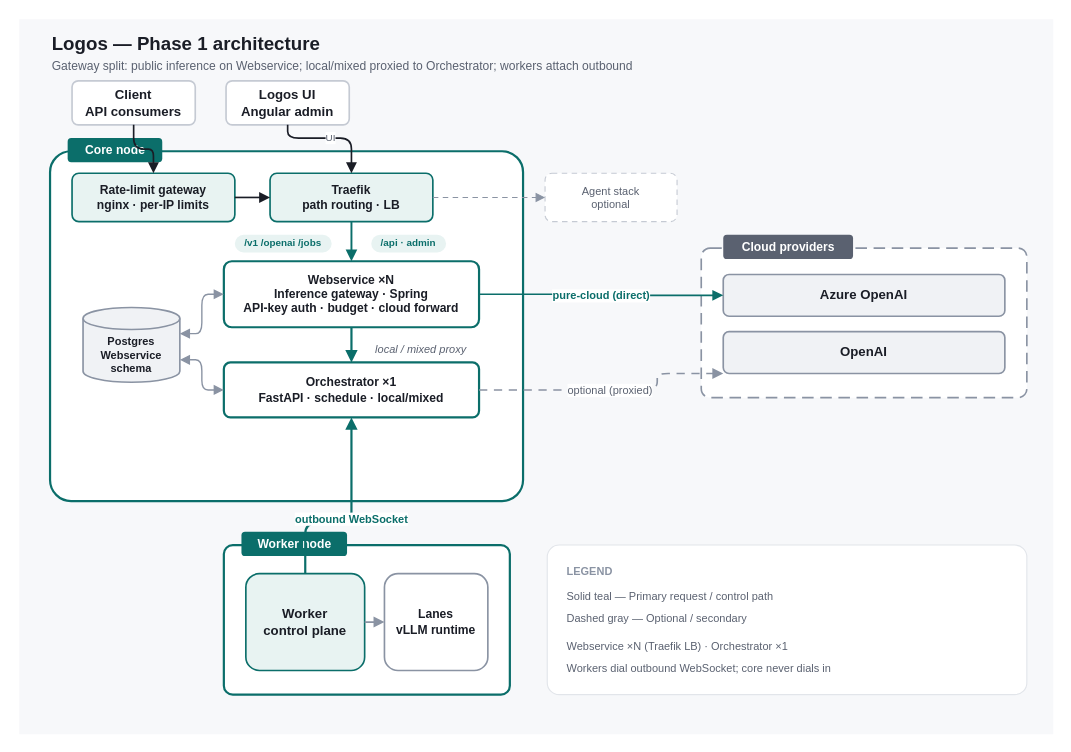
Earlier version of the draw.io diagram logos/docs/static/img/architecture.drawio (ls1intum/edutelligence). Source tidied: cells renumbered, new cells numbered last; positions are measured from the earlier drawing's top-left corner, leaving out a move shared by most shapes. Both pictures are drawn from the tidied source at 110%, with x=0, y=0 at pixel (19, 19).
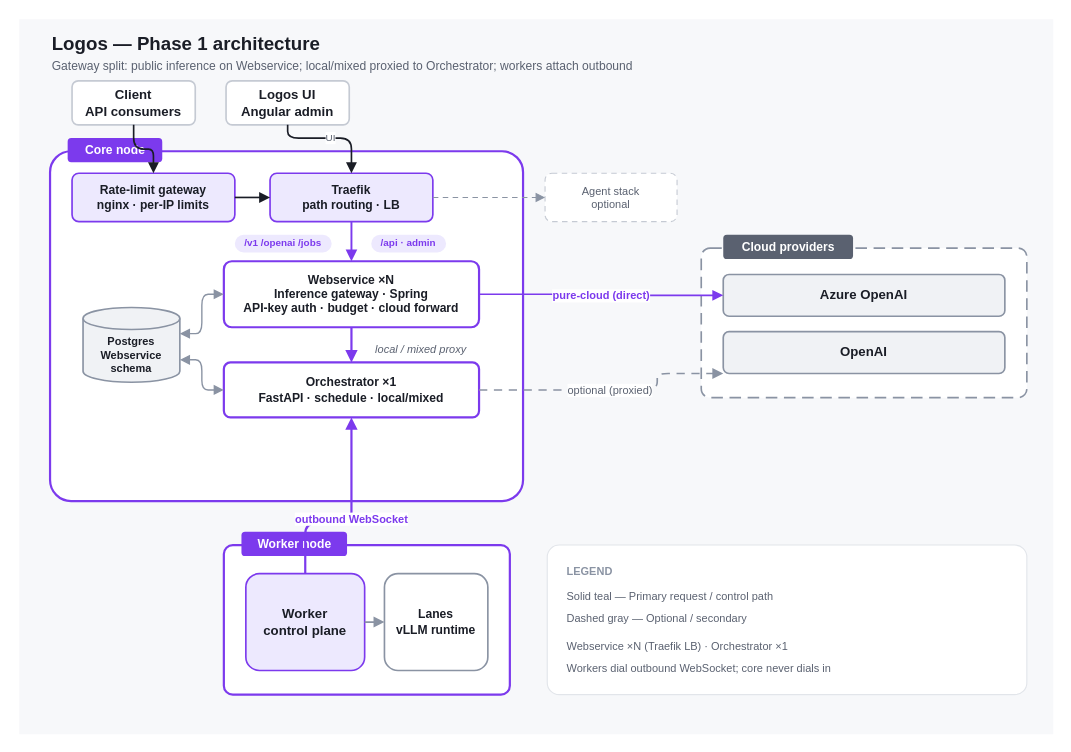
After the change.

The change refers to these unchanged cells:
```xml
<mxCell id="20" value="Azure OpenAI" style="rounded=1;whiteSpace=wrap;html=1;arcSize=14;fillColor=#F0F2F5;strokeColor=#8A93A3;strokeWidth=1.5;fontFamily=Helvetica;fontSize=12;fontStyle=1;fontColor=#1A1D26;verticalAlign=middle;" parent="1" vertex="1">
  <mxGeometry x="640" y="232" width="256" height="38" as="geometry" />
</mxCell>
```

The edit, as a diff of the source:
```diff
@@
-    <mxCell id="7" style="rounded=1;whiteSpace=wrap;html=1;arcSize=6;fillColor=#FFFFFF;strokeColor=#0B6E6A;strokeWidth=2;" parent="1" vertex="1">
+    <mxCell id="7" style="rounded=1;whiteSpace=wrap;html=1;arcSize=6;fillColor=#FFFFFF;strokeColor=#7C3AED;strokeWidth=2;" parent="1" vertex="1">
       <mxGeometry x="28" y="120" width="430" height="318" as="geometry" />
     </mxCell>
-    <mxCell id="8" value="Core node" style="text;html=1;strokeColor=none;fillColor=#0B6E6A;align=center;verticalAlign=middle;rounded=1;fontFamily=Helvetica;fontSize=11;fontStyle=1;fontColor=#FFFFFF;" parent="1" vertex="1">
+    <mxCell id="8" value="Core node" style="text;html=1;strokeColor=none;fillColor=#7C3AED;align=center;verticalAlign=middle;rounded=1;fontFamily=Helvetica;fontSize=11;fontStyle=1;fontColor=#FFFFFF;" parent="1" vertex="1">
       <mxGeometry x="44" y="108" width="86" height="22" as="geometry" />
     </mxCell>
-    <mxCell id="9" value="Rate-limit gateway&#10;nginx · per-IP limits" style="rounded=1;whiteSpace=wrap;html=1;arcSize=14;fillColor=#E8F3F2;strokeColor=#0B6E6A;strokeWidth=1.5;fontFamily=Helvetica;fontSize=11;fontStyle=1;fontColor=#1A1D26;verticalAlign=middle;" parent="1" vertex="1">
+    <mxCell id="9" value="Rate-limit gateway&#10;nginx · per-IP limits" style="rounded=1;whiteSpace=wrap;html=1;arcSize=14;fillColor=#EDE9FE;strokeColor=#7C3AED;strokeWidth=1.5;fontFamily=Helvetica;fontSize=11;fontStyle=1;fontColor=#1A1D26;verticalAlign=middle;" parent="1" vertex="1">
       <mxGeometry x="48" y="140" width="148" height="44" as="geometry" />
     </mxCell>
-    <mxCell id="10" value="Traefik&#10;path routing · LB" style="rounded=1;whiteSpace=wrap;html=1;arcSize=14;fillColor=#E8F3F2;strokeColor=#0B6E6A;strokeWidth=1.5;fontFamily=Helvetica;fontSize=11;fontStyle=1;fontColor=#1A1D26;verticalAlign=middle;" parent="1" vertex="1">
+    <mxCell id="10" value="Traefik&#10;path routing · LB" style="rounded=1;whiteSpace=wrap;html=1;arcSize=14;fillColor=#EDE9FE;strokeColor=#7C3AED;strokeWidth=1.5;fontFamily=Helvetica;fontSize=11;fontStyle=1;fontColor=#1A1D26;verticalAlign=middle;" parent="1" vertex="1">
       <mxGeometry x="228" y="140" width="148" height="44" as="geometry" />
     </mxCell>
@@
-    <mxCell id="12" value="/v1 /openai /jobs" style="rounded=1;whiteSpace=wrap;html=1;arcSize=50;fillColor=#E8F3F2;strokeColor=none;fontFamily=Helvetica;fontSize=9;fontStyle=1;fontColor=#0B6E6A;align=center;verticalAlign=middle;" parent="1" vertex="1">
+    <mxCell id="12" value="/v1 /openai /jobs" style="rounded=1;whiteSpace=wrap;html=1;arcSize=50;fillColor=#EDE9FE;strokeColor=none;fontFamily=Helvetica;fontSize=9;fontStyle=1;fontColor=#7C3AED;align=center;verticalAlign=middle;" parent="1" vertex="1">
       <mxGeometry x="196" y="196" width="88" height="16" as="geometry" />
     </mxCell>
-    <mxCell id="13" value="/api · admin" style="rounded=1;whiteSpace=wrap;html=1;arcSize=50;fillColor=#E8F3F2;strokeColor=none;fontFamily=Helvetica;fontSize=9;fontStyle=1;fontColor=#0B6E6A;align=center;verticalAlign=middle;" parent="1" vertex="1">
+    <mxCell id="13" value="/api · admin" style="rounded=1;whiteSpace=wrap;html=1;arcSize=50;fillColor=#EDE9FE;strokeColor=none;fontFamily=Helvetica;fontSize=9;fontStyle=1;fontColor=#7C3AED;align=center;verticalAlign=middle;" parent="1" vertex="1">
       <mxGeometry x="320" y="196" width="68" height="16" as="geometry" />
     </mxCell>
-    <mxCell id="14" value="Webservice ×N&#10;Inference gateway · Spring&#10;API-key auth · budget · cloud forward" style="rounded=1;whiteSpace=wrap;html=1;arcSize=12;fillColor=#FFFFFF;strokeColor=#0B6E6A;strokeWidth=2;fontFamily=Helvetica;fontSize=11;fontStyle=1;fontColor=#1A1D26;verticalAlign=middle;" parent="1" vertex="1">
+    <mxCell id="14" value="Webservice ×N&#10;Inference gateway · Spring&#10;API-key auth · budget · cloud forward" style="rounded=1;whiteSpace=wrap;html=1;arcSize=12;fillColor=#FFFFFF;strokeColor=#7C3AED;strokeWidth=2;fontFamily=Helvetica;fontSize=11;fontStyle=1;fontColor=#1A1D26;verticalAlign=middle;" parent="1" vertex="1">
       <mxGeometry x="186" y="220" width="232" height="60" as="geometry" />
     </mxCell>
@@
-    <mxCell id="16" value="Orchestrator ×1&#10;FastAPI · schedule · local/mixed" style="rounded=1;whiteSpace=wrap;html=1;arcSize=12;fillColor=#FFFFFF;strokeColor=#0B6E6A;strokeWidth=2;fontFamily=Helvetica;fontSize=11;fontStyle=1;fontColor=#1A1D26;verticalAlign=middle;" parent="1" vertex="1">
+    <mxCell id="16" value="Orchestrator ×1&#10;FastAPI · schedule · local/mixed" style="rounded=1;whiteSpace=wrap;html=1;arcSize=12;fillColor=#FFFFFF;strokeColor=#7C3AED;strokeWidth=2;fontFamily=Helvetica;fontSize=11;fontStyle=1;fontColor=#1A1D26;verticalAlign=middle;" parent="1" vertex="1">
       <mxGeometry x="186" y="312" width="232" height="50" as="geometry" />
     </mxCell>
@@
-    <mxCell id="22" style="rounded=1;whiteSpace=wrap;html=1;arcSize=6;fillColor=#FFFFFF;strokeColor=#0B6E6A;strokeWidth=2;" parent="1" vertex="1">
+    <mxCell id="22" style="rounded=1;whiteSpace=wrap;html=1;arcSize=6;fillColor=#FFFFFF;strokeColor=#7C3AED;strokeWidth=2;" parent="1" vertex="1">
       <mxGeometry x="186" y="478" width="260" height="136" as="geometry" />
     </mxCell>
-    <mxCell id="23" value="Worker node" style="text;html=1;strokeColor=none;fillColor=#0B6E6A;align=center;verticalAlign=middle;rounded=1;fontFamily=Helvetica;fontSize=11;fontStyle=1;fontColor=#FFFFFF;" parent="1" vertex="1">
+    <mxCell id="23" value="Worker node" style="text;html=1;strokeColor=none;fillColor=#7C3AED;align=center;verticalAlign=middle;rounded=1;fontFamily=Helvetica;fontSize=11;fontStyle=1;fontColor=#FFFFFF;" parent="1" vertex="1">
       <mxGeometry x="202" y="466" width="96" height="22" as="geometry" />
     </mxCell>
-    <mxCell id="24" value="Worker&#10;control plane" style="rounded=1;whiteSpace=wrap;html=1;arcSize=14;fillColor=#E8F3F2;strokeColor=#0B6E6A;strokeWidth=1.5;fontFamily=Helvetica;fontSize=12;fontStyle=1;fontColor=#1A1D26;verticalAlign=middle;" parent="1" vertex="1">
+    <mxCell id="24" value="Worker&#10;control plane" style="rounded=1;whiteSpace=wrap;html=1;arcSize=14;fillColor=#EDE9FE;strokeColor=#7C3AED;strokeWidth=1.5;fontFamily=Helvetica;fontSize=12;fontStyle=1;fontColor=#1A1D26;verticalAlign=middle;" parent="1" vertex="1">
       <mxGeometry x="206" y="504" width="108" height="88" as="geometry" />
     </mxCell>
@@
-    <mxCell id="36" style="edgeStyle=orthogonalEdgeStyle;rounded=1;html=1;strokeColor=#0B6E6A;strokeWidth=1.75;endArrow=block;endFill=1;exitX=0.5;exitY=1;entryX=0.5;entryY=0;" parent="1" edge="1" source="10" target="14">
+    <mxCell id="36" style="edgeStyle=orthogonalEdgeStyle;rounded=1;html=1;strokeColor=#7C3AED;strokeWidth=1.75;endArrow=block;endFill=1;exitX=0.5;exitY=1;entryX=0.5;entryY=0;" parent="1" edge="1" source="10" target="14">
       <mxGeometry relative="1" as="geometry" />
     </mxCell>
-    <mxCell id="37" style="edgeStyle=orthogonalEdgeStyle;rounded=1;html=1;strokeColor=#0B6E6A;strokeWidth=2;endArrow=block;endFill=1;exitX=0.5;exitY=1;entryX=0.5;entryY=0;" parent="1" edge="1" source="14" target="16">
+    <mxCell id="37" style="edgeStyle=orthogonalEdgeStyle;rounded=1;html=1;strokeColor=#7C3AED;strokeWidth=2;endArrow=block;endFill=1;exitX=0.5;exitY=1;entryX=0.5;entryY=0;" parent="1" edge="1" source="14" target="16">
       <mxGeometry relative="1" as="geometry" />
     </mxCell>
-    <mxCell id="38" value="pure-cloud (direct)" style="edgeStyle=orthogonalEdgeStyle;rounded=1;html=1;strokeColor=#0B6E6A;strokeWidth=1.5;endArrow=block;endFill=1;fontFamily=Helvetica;fontSize=10;fontColor=#0B6E6A;fontStyle=1;exitX=1;exitY=0.5;entryX=0;entryY=0.5;" parent="1" edge="1" source="14" target="20">
+    <mxCell id="38" value="pure-cloud (direct)" style="edgeStyle=orthogonalEdgeStyle;rounded=1;html=1;strokeColor=#7C3AED;strokeWidth=1.5;endArrow=block;endFill=1;fontFamily=Helvetica;fontSize=10;fontColor=#7C3AED;fontStyle=1;exitX=1;exitY=0.5;entryX=0;entryY=0.5;" parent="1" edge="1" source="14" target="20">
       <mxGeometry relative="1" as="geometry" />
     </mxCell>
@@
-    <mxCell id="42" value="outbound WebSocket" style="edgeStyle=orthogonalEdgeStyle;rounded=1;html=1;strokeColor=#0B6E6A;strokeWidth=2;endArrow=block;endFill=1;fontFamily=Helvetica;fontSize=10;fontColor=#0B6E6A;fontStyle=1;exitX=0.5;exitY=0;entryX=0.5;entryY=1;" parent="1" edge="1" source="24" target="16">
+    <mxCell id="42" value="outbound WebSocket" style="edgeStyle=orthogonalEdgeStyle;rounded=1;html=1;strokeColor=#7C3AED;strokeWidth=2;endArrow=block;endFill=1;fontFamily=Helvetica;fontSize=10;fontColor=#7C3AED;fontStyle=1;exitX=0.5;exitY=0;entryX=0.5;entryY=1;" parent="1" edge="1" source="24" target="16">
       <mxGeometry relative="1" as="geometry">
         <Array as="points">
           <mxPoint x="260" y="458" />
           <mxPoint x="302" y="458" />
         </Array>
       </mxGeometry>
     </mxCell>
```
